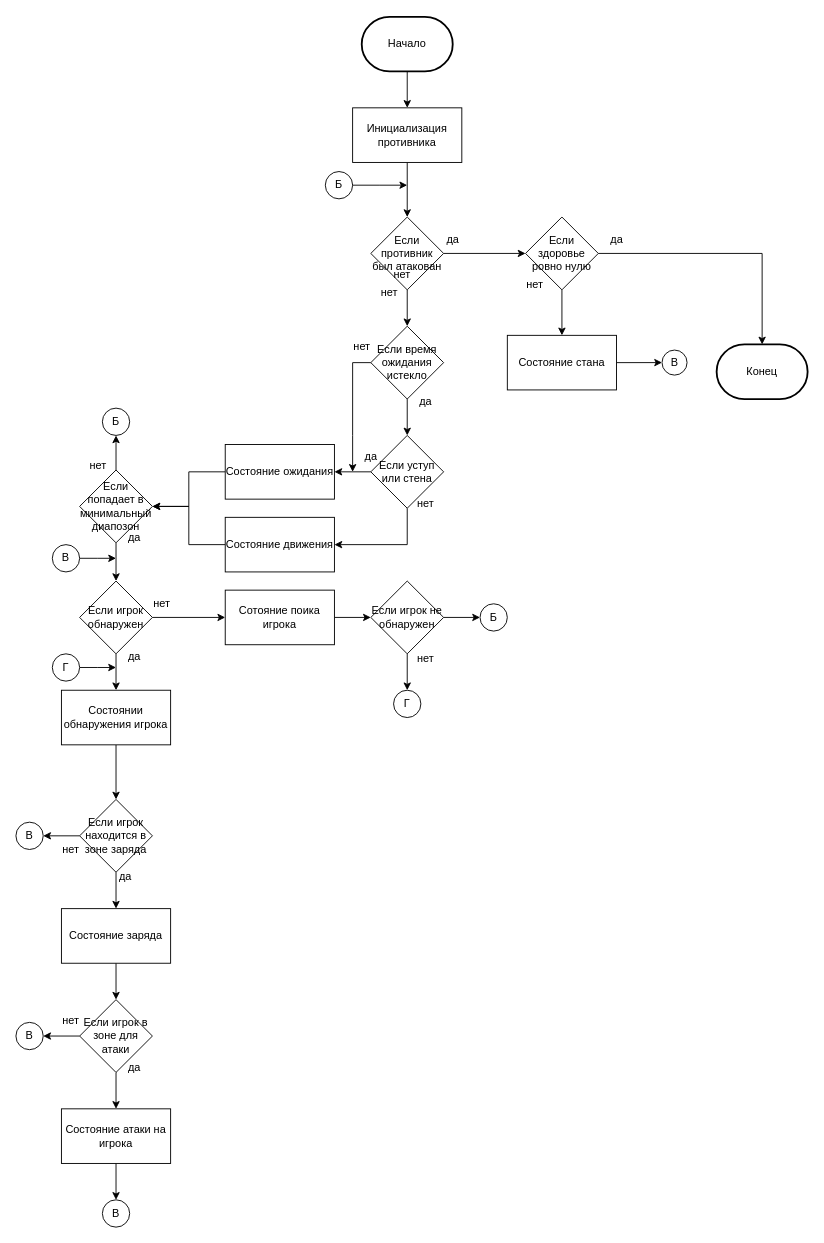
Earlier version of the draw.io diagram Блок-схема базового противника.drawio (BatCatRus/Spelled_Blood). Source tidied: cells renumbered, new cells numbered last; positions are measured from the earlier drawing's top-left corner, leaving out a move shared by most shapes. Both pictures are drawn from the tidied source at 91%, with x=0, y=0 at pixel (15, 16).
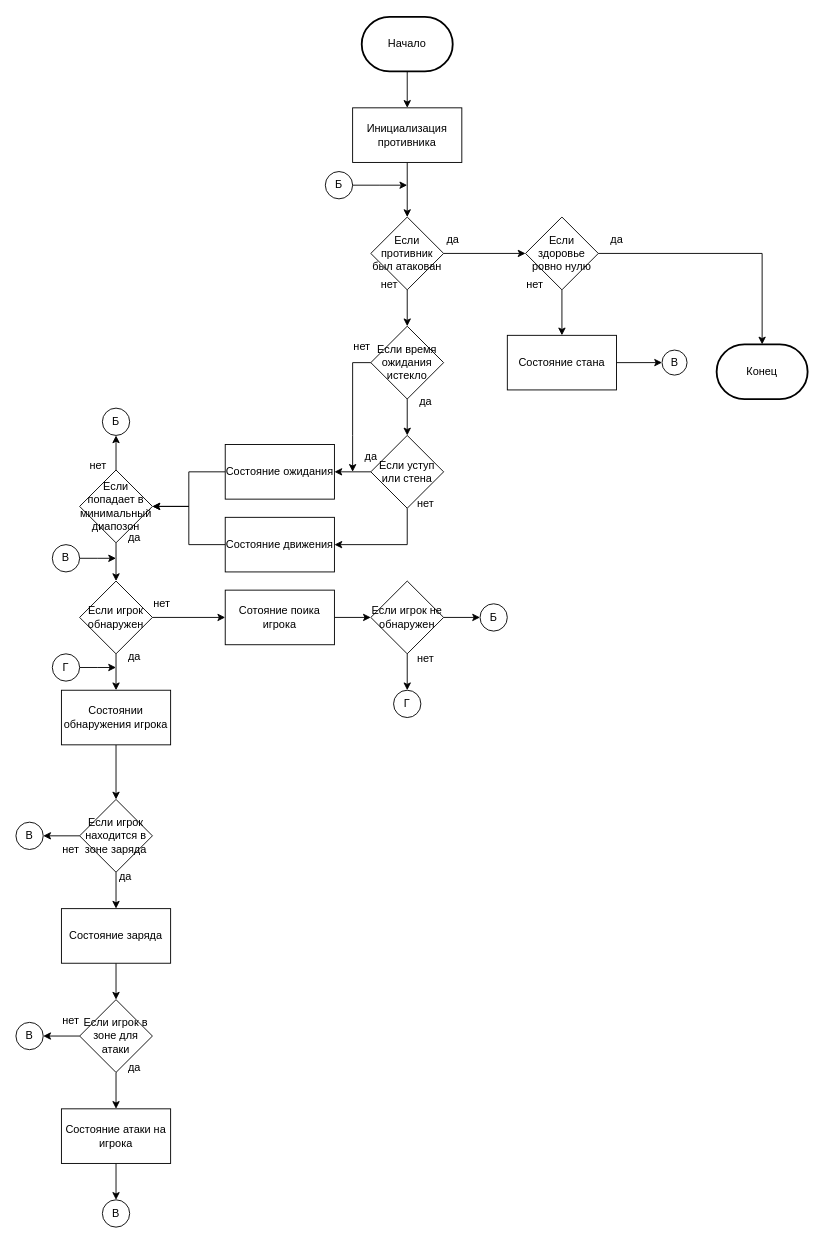
The same diagram, later.

Diff of the diagram source:
```diff
@@
-    <mxCell id="16" value="нет" style="text;html=1;align=center;verticalAlign=middle;strokeColor=none;fillColor=none;" parent="1" vertex="1">
-      <mxGeometry x="404" y="268" width="40" height="30" as="geometry" />
-    </mxCell>
@@
     <mxCell id="26" value="нет" style="text;html=1;align=center;verticalAlign=middle;strokeColor=none;fillColor=none;" parent="1" vertex="1">
-      <mxGeometry x="390" y="288" width="40" height="30" as="geometry" />
+      <mxGeometry x="390" y="280" width="40" height="30" as="geometry" />
     </mxCell>
```
